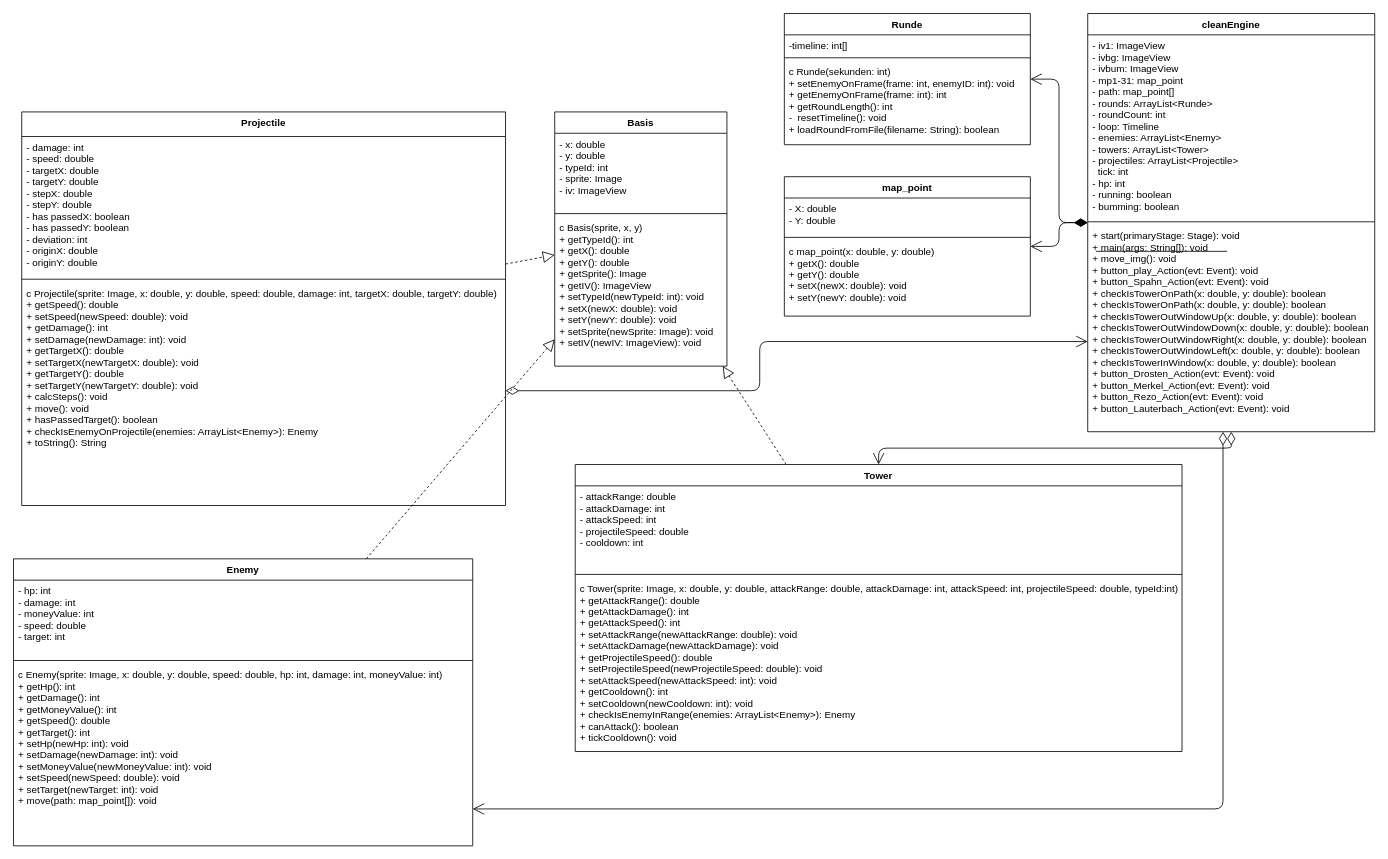
This is CovDefense.drawio from 0815Sailsman/CovDefense, a draw.io file, before an edit. Source tidied: cells renumbered, new cells numbered last; positions are measured from the earlier drawing's top-left corner, leaving out a move shared by most shapes. Both pictures are drawn from the tidied source at 82%, with x=0, y=0 at pixel (13, 13).
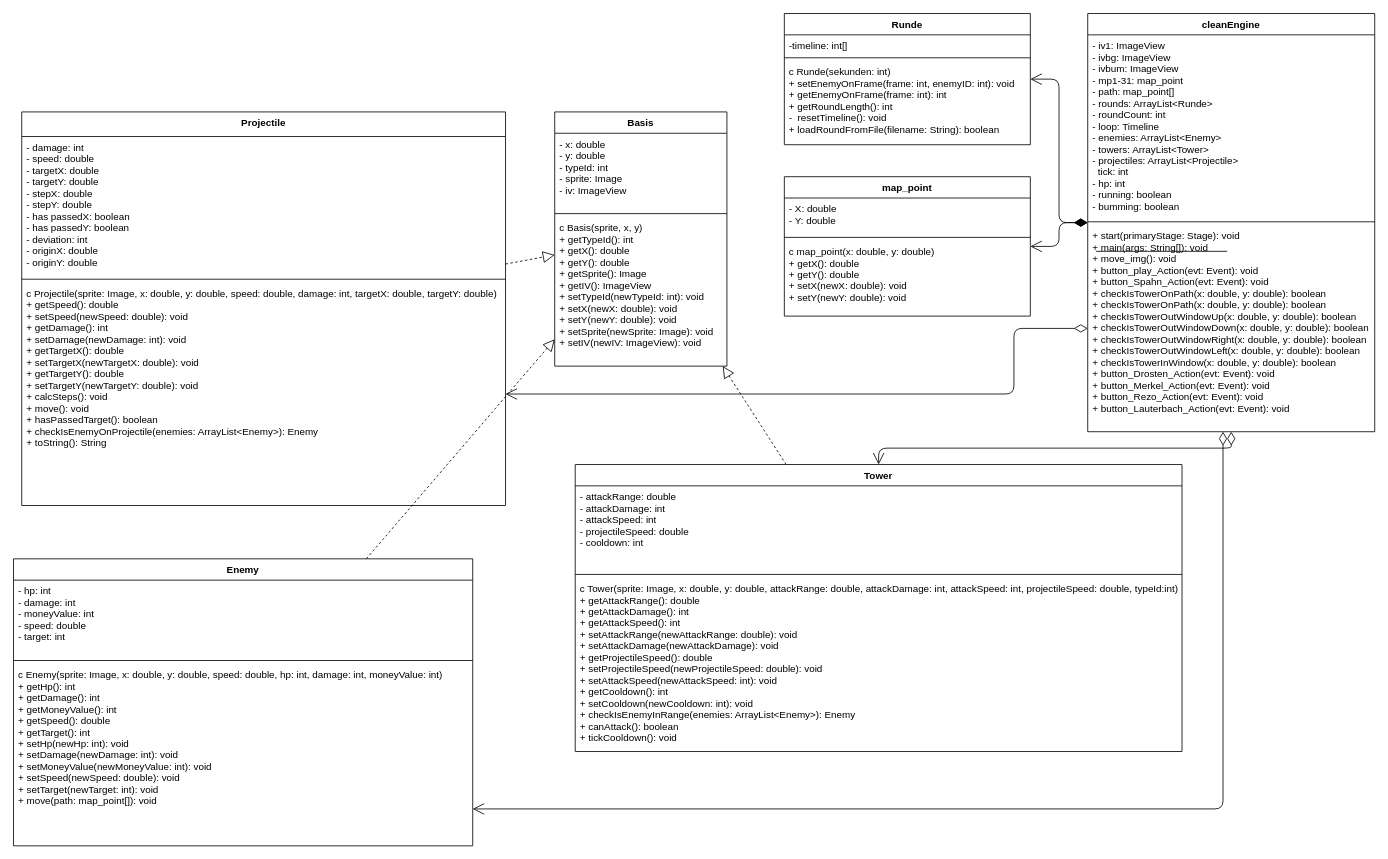
Above is the later version.

Commit message (it also covers changes not shown here):
thats it :smile:

Unchanged cells that the change refers to:
```xml
<mxCell id="6" value="cleanEngine" style="swimlane;fontStyle=1;align=center;verticalAlign=top;horizontal=1;startSize=26;" parent="1" vertex="1">
  <mxGeometry x="1310" width="350" height="510" as="geometry" />
</mxCell>
<mxCell id="9" value="+ start(primaryStage: Stage): void&#10;+ main(args: String[]): void&#10;+ move_img(): void&#10;+ button_play_Action(evt: Event): void&#10;+ button_Spahn_Action(evt: Event): void&#10;+ checkIsTowerOnPath(x: double, y: double): boolean&#10;+ checkIsTowerOnPath(x: double, y: double): boolean&#10;+ checkIsTowerOutWindowUp(x: double, y: double): boolean&#10;+ checkIsTowerOutWindowDown(x: double, y: double): boolean&#10;+ checkIsTowerOutWindowRight(x: double, y: double): boolean&#10;+ checkIsTowerOutWindowLeft(x: double, y: double): boolean&#10;+ checkIsTowerInWindow(x: double, y: double): boolean&#10;+ button_Drosten_Action(evt: Event): void&#10;+ button_Merkel_Action(evt: Event): void&#10;+ button_Rezo_Action(evt: Event): void&#10;+ button_Lauterbach_Action(evt: Event): void" style="text;strokeColor=none;fillColor=none;align=left;verticalAlign=top;spacingLeft=4;spacingRight=4;overflow=hidden;points=[[0,0.5],[1,0.5]];portConstraint=eastwest;fontStyle=0;" parent="6" vertex="1">
  <mxGeometry y="258" width="350" height="252" as="geometry" />
</mxCell>
<mxCell id="21" value="Projectile" style="swimlane;fontStyle=1;align=center;verticalAlign=top;horizontal=1;startSize=30;" parent="1" vertex="1">
  <mxGeometry x="10" y="120" width="590" height="480" as="geometry" />
</mxCell>
<mxCell id="24" value="c Projectile(sprite: Image, x: double, y: double, speed: double, damage: int, targetX: double, targetY: double)&#10;+ getSpeed(): double&#10;+ setSpeed(newSpeed: double): void&#10;+ getDamage(): int&#10;+ setDamage(newDamage: int): void&#10;+ getTargetX(): double&#10;+ setTargetX(newTargetX: double): void&#10;+ getTargetY(): double&#10;+ setTargetY(newTargetY: double): void&#10;+ calcSteps(): void&#10;+ move(): void&#10;+ hasPassedTarget(): boolean&#10;+ checkIsEnemyOnProjectile(enemies: ArrayList&lt;Enemy&gt;): Enemy&#10;+ toString(): String" style="text;strokeColor=none;fillColor=none;align=left;verticalAlign=top;spacingLeft=4;spacingRight=4;overflow=hidden;points=[[0,0.5],[1,0.5]];portConstraint=eastwest;" parent="21" vertex="1">
  <mxGeometry y="208" width="590" height="272" as="geometry" />
</mxCell>
```

Change to the diagram source:
```diff
@@
-    <mxCell id="34" style="endArrow=open;html=1;endSize=12;startArrow=diamondThin;startSize=14;startFill=0;edgeStyle=orthogonalEdgeStyle;align=left;verticalAlign=bottom;" parent="1" edge="1" source="21" target="6">
+    <mxCell id="34" style="endArrow=open;html=1;endSize=12;startArrow=diamondThin;startSize=14;startFill=0;edgeStyle=orthogonalEdgeStyle;align=left;verticalAlign=bottom;entryX=1;entryY=0.5;entryDx=0;entryDy=0;exitX=0;exitY=0.5;exitDx=0;exitDy=0;" parent="1" edge="1" source="9" target="24">
       <mxGeometry x="-1" y="3" relative="1" as="geometry">
         <Array as="points">
-          <mxPoint x="910" y="460" />
-          <mxPoint x="910" y="400" />
+          <mxPoint x="1220" y="384" />
+          <mxPoint x="1220" y="464" />
         </Array>
       </mxGeometry>
     </mxCell>
```
